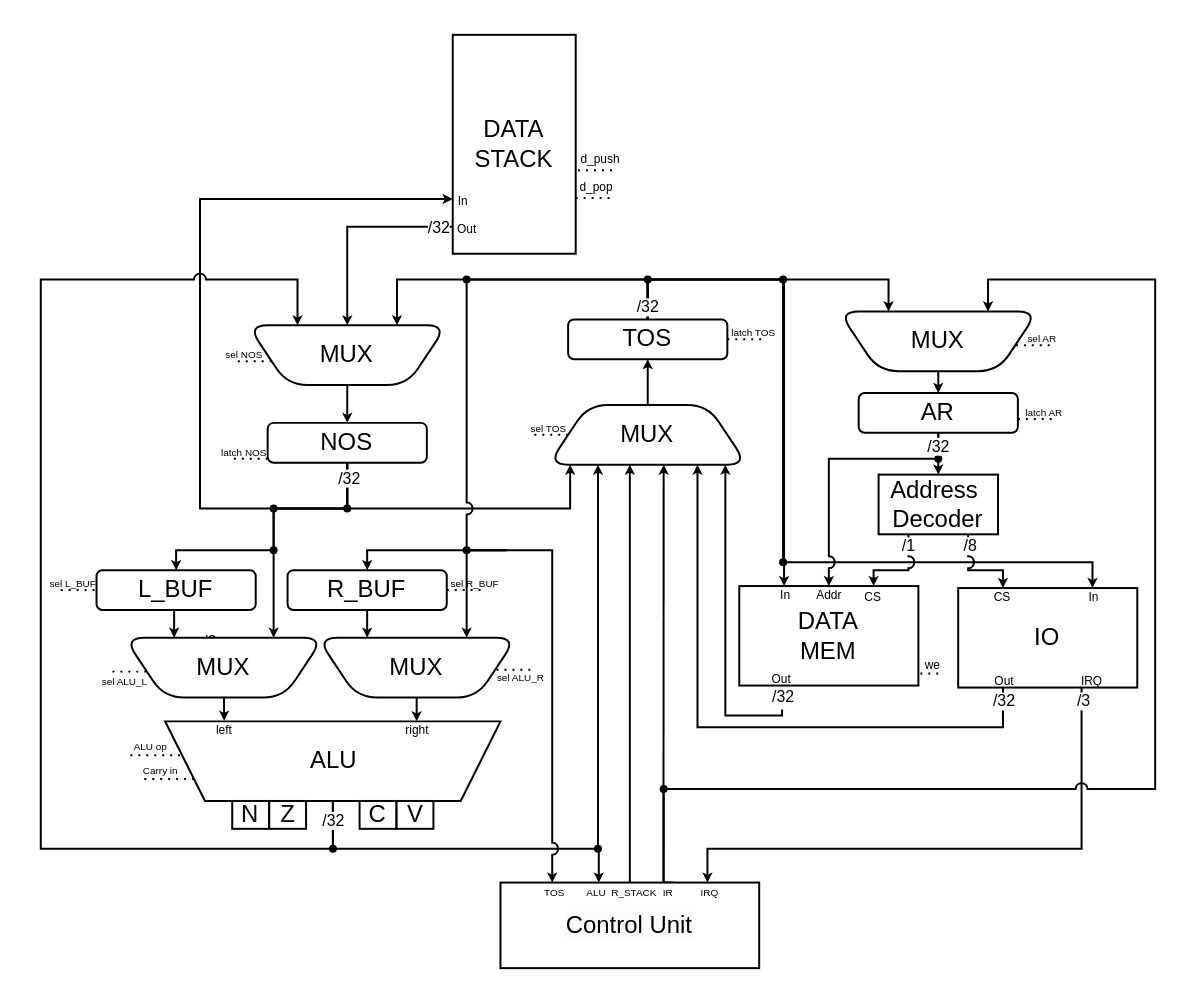
The draw.io diagram page "DataPath" (2 of 2) of docs/scheme/scheme.drawio in lysmux/csa-ak-4, before the edit. Source tidied: cells renumbered, new cells numbered last; positions are measured from the earlier drawing's top-left corner, leaving out a move shared by most shapes. Both pictures are drawn from the tidied source at 199%, with x=0, y=0 at pixel (40, 34).
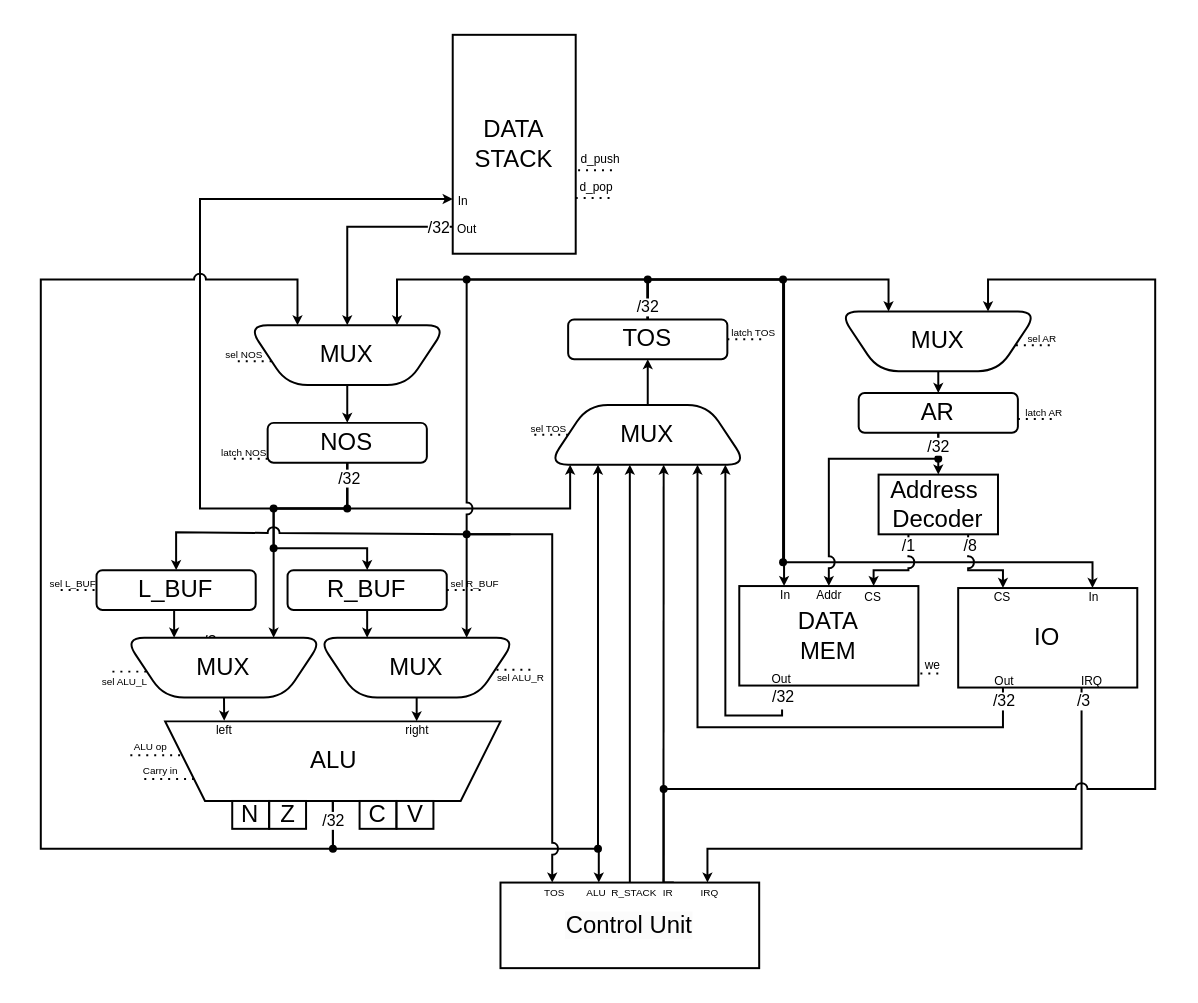
The same diagram, later.

The change refers to these unchanged cells:
```xml
<mxCell id="6" value="TOS" style="rounded=1;whiteSpace=wrap;html=1;" parent="1" vertex="1">
  <mxGeometry x="265" y="143" width="80" height="20" as="geometry" />
</mxCell>
<mxCell id="68" style="shape=waypoint;sketch=0;fillStyle=solid;size=6;points=[];fillColor=none;perimeter=centerPerimeter;snapToPoint=1;strokeWidth=0;" parent="1" vertex="1">
  <mxGeometry x="144" y="228" width="20" height="20" as="geometry" />
</mxCell>
<mxCell id="69" value="NOS" style="rounded=1;whiteSpace=wrap;html=1;" parent="1" vertex="1">
  <mxGeometry x="114" y="195" width="80" height="20" as="geometry" />
</mxCell>
<mxCell id="78" value="L_BUF" style="rounded=1;whiteSpace=wrap;html=1;" parent="1" vertex="1">
  <mxGeometry x="28" y="269" width="80" height="20" as="geometry" />
</mxCell>
<mxCell id="80" value="R_BUF" style="rounded=1;whiteSpace=wrap;html=1;" parent="1" vertex="1">
  <mxGeometry x="124" y="269" width="80" height="20" as="geometry" />
</mxCell>
<mxCell id="82" value="MUX" style="shape=trapezoid;perimeter=trapezoidPerimeter;whiteSpace=wrap;html=1;fixedSize=1;direction=west;rounded=1;" parent="1" vertex="1">
  <mxGeometry x="42" y="303" width="100" height="30" as="geometry" />
</mxCell>
<mxCell id="84" value="MUX" style="shape=trapezoid;perimeter=trapezoidPerimeter;whiteSpace=wrap;html=1;fixedSize=1;direction=west;rounded=1;" parent="1" vertex="1">
  <mxGeometry x="139" y="303" width="100" height="30" as="geometry" />
</mxCell>
<mxCell id="90" value="&lt;span style=&quot;color: rgb(0, 0, 0); font-family: Helvetica; font-size: 12px; font-style: normal; font-variant-ligatures: normal; font-variant-caps: normal; font-weight: 400; letter-spacing: normal; orphans: 2; text-align: center; text-indent: 0px; text-transform: none; widows: 2; word-spacing: 0px; -webkit-text-stroke-width: 0px; white-space: normal; background-color: rgb(251, 251, 251); text-decoration-thickness: initial; text-decoration-style: initial; text-decoration-color: initial; display: inline !important; float: none;&quot;&gt;Control Unit&lt;/span&gt;" style="rounded=0;whiteSpace=wrap;html=1;points=[[0,0,0,0,0],[0,0.25,0,0,0],[0,0.5,0,0,0],[0,0.75,0,0,0],[0,1,0,0,0],[0.2,0,0,0,0],[0.25,1,0,0,0],[0.38,0,0,0,0],[0.5,0,0,0,0],[0.5,1,0,0,0],[0.63,0,0,0,0],[0.75,1,0,0,0],[0.8,0,0,0,0],[1,0.25,0,0,0],[1,0.5,0,0,0],[1,0.75,0,0,0],[1,1,0,0,0]];" parent="1" vertex="1">
  <mxGeometry x="231" y="426" width="130" height="43" as="geometry" />
</mxCell>
```

What changed in the source:
```diff
@@
-    <mxCell id="9" style="edgeStyle=orthogonalEdgeStyle;rounded=0;jettySize=auto;html=1;exitX=0.5;exitY=1;exitDx=0;exitDy=0;entryX=0.5;entryY=0;entryDx=0;entryDy=0;endSize=2;" parent="1" edge="1" source="69" target="78">
+    <mxCell id="9" style="edgeStyle=orthogonalEdgeStyle;rounded=0;jettySize=auto;html=1;exitX=0.5;exitY=1;exitDx=0;exitDy=0;endSize=2;entryX=0.5;entryY=0;entryDx=0;entryDy=0;" parent="1" edge="1" source="69" target="80">
       <mxGeometry relative="1" as="geometry">
         <Array as="points">
           <mxPoint x="154" y="238" />
           <mxPoint x="117" y="238" />
-          <mxPoint x="117" y="259" />
-          <mxPoint x="68" y="259" />
+          <mxPoint x="117" y="258" />
+          <mxPoint x="164" y="258" />
         </Array>
       </mxGeometry>
     </mxCell>
@@
-    <mxCell id="67" style="edgeStyle=orthogonalEdgeStyle;rounded=0;jettySize=auto;html=1;entryX=0.25;entryY=1;entryDx=0;entryDy=0;endSize=2;" parent="1" edge="1" source="68" target="82">
+    <mxCell id="67" style="edgeStyle=orthogonalEdgeStyle;rounded=0;jettySize=auto;html=1;entryX=0.25;entryY=1;entryDx=0;entryDy=0;endSize=2;jumpStyle=arc;" parent="1" edge="1" source="68" target="82">
       <mxGeometry relative="1" as="geometry" />
     </mxCell>
@@
-    <mxCell id="75" style="edgeStyle=orthogonalEdgeStyle;rounded=0;jettySize=auto;html=1;entryX=0.5;entryY=0;entryDx=0;entryDy=0;endSize=2;" parent="1" edge="1" target="80">
+    <mxCell id="75" style="edgeStyle=orthogonalEdgeStyle;rounded=0;jettySize=auto;html=1;entryX=0.5;entryY=0;entryDx=0;entryDy=0;endSize=2;jumpStyle=arc;" parent="1" edge="1" source="100" target="78">
       <mxGeometry relative="1" as="geometry">
-        <mxPoint x="234" y="259" as="sourcePoint" />
         <Array as="points">
-          <mxPoint x="164" y="259" />
+          <mxPoint x="68" y="250" />
         </Array>
       </mxGeometry>
     </mxCell>
     <mxCell id="76" style="edgeStyle=orthogonalEdgeStyle;rounded=0;jettySize=auto;html=1;entryX=0.25;entryY=1;entryDx=0;entryDy=0;endSize=2;" parent="1" edge="1" target="84">
       <mxGeometry relative="1" as="geometry">
-        <mxPoint x="234" y="259" as="sourcePoint" />
+        <mxPoint x="236" y="251" as="sourcePoint" />
         <Array as="points">
-          <mxPoint x="214" y="259" />
+          <mxPoint x="234" y="251" />
+          <mxPoint x="214" y="251" />
         </Array>
       </mxGeometry>
     </mxCell>
@@
     <mxCell id="88" style="edgeStyle=orthogonalEdgeStyle;rounded=0;jettySize=auto;html=1;exitX=0.5;exitY=0;exitDx=0;exitDy=0;entryX=0.2;entryY=0;entryDx=0;entryDy=0;entryPerimeter=0;jumpStyle=arc;endSize=2;" parent="1" edge="1" source="6" target="90">
       <mxGeometry relative="1" as="geometry">
         <Array as="points">
           <mxPoint x="305" y="123" />
           <mxPoint x="214" y="123" />
-          <mxPoint x="214" y="259" />
-          <mxPoint x="257" y="259" />
+          <mxPoint x="214" y="251" />
+          <mxPoint x="257" y="251" />
         </Array>
       </mxGeometry>
     </mxCell>
@@
     <mxCell id="99" style="shape=waypoint;sketch=0;fillStyle=solid;size=6;fillColor=none;perimeter=centerPerimeter;strokeWidth=0;" parent="1" vertex="1">
-      <mxGeometry x="107" y="249" width="20" height="20" as="geometry" />
+      <mxGeometry x="107" y="248" width="20" height="20" as="geometry" />
     </mxCell>
     <mxCell id="100" style="shape=waypoint;sketch=0;fillStyle=solid;size=6;points=[];fillColor=none;perimeter=centerPerimeter;snapToPoint=1;strokeWidth=0;" parent="1" vertex="1">
-      <mxGeometry x="204" y="249" width="20" height="20" as="geometry" />
+      <mxGeometry x="204" y="241" width="20" height="20" as="geometry" />
     </mxCell>
```
